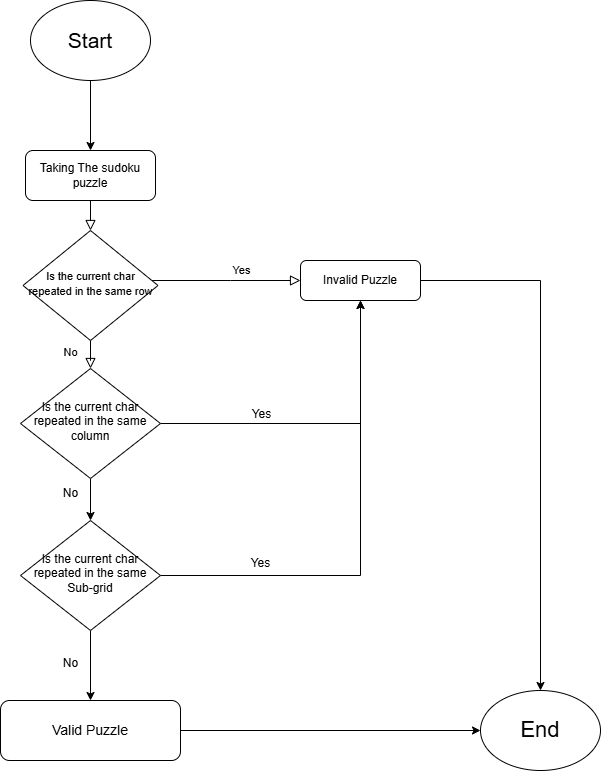
The draw.io diagram src/week1/sudoku/Sudoku Checker Flow Chart.png in mohamedibrahim3/The_Chance, before a commit. Source tidied: cells renumbered, new cells last; positions are measured from the earlier drawing's top-left corner, leaving out a move shared by most shapes.
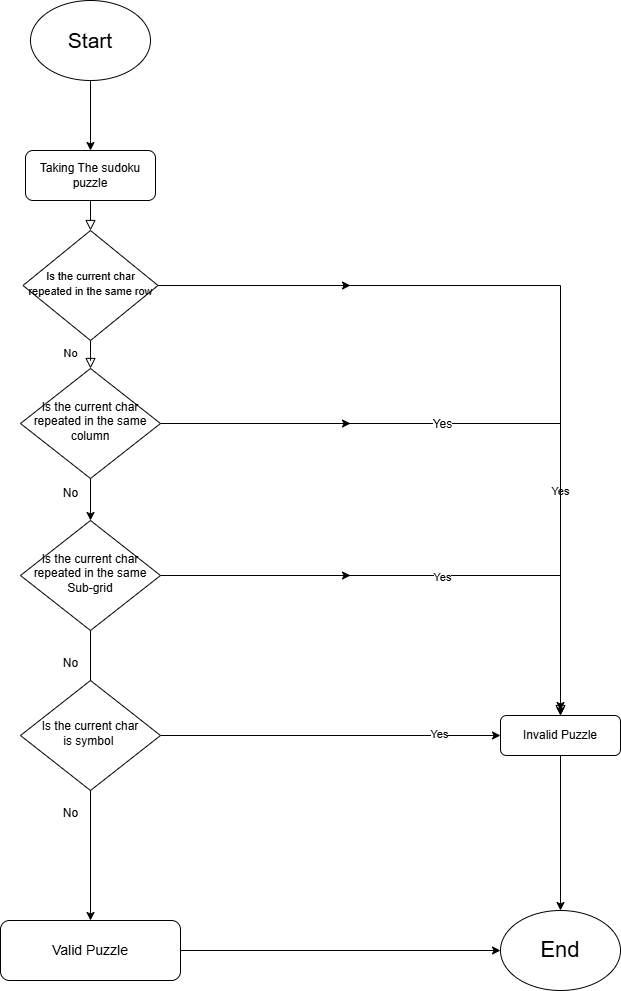
After the change.

Commit message:
Edit Sudoku Flow Chart

Diff of the diagram source:
```diff
@@ -12,13 +12,17 @@
       <mxGeometry x="0.4" y="-20" relative="1" as="geometry" />
     </mxCell>
     <mxCell id="5" value="Yes" style="edgeStyle=orthogonalEdgeStyle;rounded=0;html=1;jettySize=auto;fontSize=11;endArrow=block;endFill=0;endSize=8;strokeWidth=1;shadow=0;labelBackgroundColor=none;" parent="1" edge="1" source="6" target="8">
-      <mxGeometry x="0.22" y="10" relative="1" as="geometry">
+      <mxGeometry x="0.46" relative="1" as="geometry">
         <Array as="points">
-          <mxPoint x="230" y="280" />
-          <mxPoint x="230" y="280" />
+          <mxPoint x="560" y="285" />
         </Array>
       </mxGeometry>
     </mxCell>
+    <mxCell id="24" style="edgeStyle=orthogonalEdgeStyle;rounded=0;jettySize=auto;html=1;" parent="1" edge="1" source="6">
+      <mxGeometry relative="1" as="geometry">
+        <mxPoint x="350" y="285" as="targetPoint" />
+      </mxGeometry>
+    </mxCell>
     <mxCell id="6" value="&lt;font style=&quot;font-size: 11px;&quot;&gt;Is the current char repeated in the same row&lt;/font&gt;" style="rhombus;whiteSpace=wrap;html=1;shadow=0;fontFamily=Helvetica;fontSize=12;align=center;strokeWidth=1;spacing=6;spacingTop=-4;" parent="1" vertex="1">
       <mxGeometry x="22.5" y="230" width="135" height="110" as="geometry" />
     </mxCell>
@@ -26,28 +30,48 @@
       <mxGeometry relative="1" as="geometry" />
     </mxCell>
     <mxCell id="8" value="Invalid Puzzle" style="rounded=1;whiteSpace=wrap;html=1;fontSize=12;glass=0;strokeWidth=1;shadow=0;" parent="1" vertex="1">
-      <mxGeometry x="300" y="260" width="120" height="40" as="geometry" />
+      <mxGeometry x="500" y="715" width="120" height="40" as="geometry" />
     </mxCell>
     <mxCell id="9" style="edgeStyle=orthogonalEdgeStyle;rounded=0;jettySize=auto;html=1;" parent="1" edge="1" source="12" target="8">
       <mxGeometry relative="1" as="geometry" />
     </mxCell>
     <mxCell id="10" value="Yes" style="edgeLabel;html=1;align=center;verticalAlign=middle;fontSize=12;" parent="9" vertex="1">
       <mxGeometry x="-0.36" y="-1" relative="1" as="geometry">
-        <mxPoint x="-3" y="-11" as="offset" />
+        <mxPoint x="61" y="-1" as="offset" />
       </mxGeometry>
     </mxCell>
     <mxCell id="11" style="edgeStyle=orthogonalEdgeStyle;rounded=0;jettySize=auto;html=1;" parent="1" edge="1" source="12" target="15">
       <mxGeometry relative="1" as="geometry" />
     </mxCell>
+    <mxCell id="25" style="edgeStyle=orthogonalEdgeStyle;rounded=0;jettySize=auto;html=1;exitX=1;exitY=0.5;exitDx=0;exitDy=0;" parent="1" edge="1" source="12">
+      <mxGeometry relative="1" as="geometry">
+        <mxPoint x="350" y="423" as="targetPoint" />
+      </mxGeometry>
+    </mxCell>
     <mxCell id="12" value="Is the current char repeated in the same column" style="rhombus;whiteSpace=wrap;html=1;shadow=0;fontFamily=Helvetica;fontSize=12;align=center;strokeWidth=1;spacing=6;spacingTop=-4;" parent="1" vertex="1">
       <mxGeometry x="20" y="368" width="140" height="110" as="geometry" />
     </mxCell>
     <mxCell id="13" style="edgeStyle=orthogonalEdgeStyle;rounded=0;jettySize=auto;html=1;exitX=0.5;exitY=1;exitDx=0;exitDy=0;entryX=0.5;entryY=0;entryDx=0;entryDy=0;" parent="1" edge="1" source="15" target="17">
       <mxGeometry relative="1" as="geometry" />
     </mxCell>
-    <mxCell id="14" style="edgeStyle=orthogonalEdgeStyle;rounded=0;jettySize=auto;html=1;exitX=1;exitY=0.5;exitDx=0;exitDy=0;" parent="1" edge="1" source="15" target="8">
-      <mxGeometry relative="1" as="geometry" />
-    </mxCell>
+    <mxCell id="26" style="edgeStyle=orthogonalEdgeStyle;rounded=0;jettySize=auto;html=1;exitX=1;exitY=0.5;exitDx=0;exitDy=0;" parent="1" edge="1" source="15">
+      <mxGeometry relative="1" as="geometry">
+        <mxPoint x="560" y="710" as="targetPoint" />
+        <Array as="points">
+          <mxPoint x="560" y="575" />
+        </Array>
+      </mxGeometry>
+    </mxCell>
+    <mxCell id="27" value="Yes" style="edgeLabel;html=1;align=center;verticalAlign=middle;" parent="26" vertex="1">
+      <mxGeometry x="0.05" y="-1" relative="1" as="geometry">
+        <mxPoint x="1" as="offset" />
+      </mxGeometry>
+    </mxCell>
+    <mxCell id="28" style="edgeStyle=orthogonalEdgeStyle;rounded=0;jettySize=auto;html=1;" parent="1" edge="1" source="15">
+      <mxGeometry relative="1" as="geometry">
+        <mxPoint x="350" y="575" as="targetPoint" />
+      </mxGeometry>
+    </mxCell>
     <mxCell id="15" value="Is the current char repeated in the same Sub-grid" style="rhombus;whiteSpace=wrap;html=1;shadow=0;fontFamily=Helvetica;fontSize=12;align=center;strokeWidth=1;spacing=6;spacingTop=-4;" parent="1" vertex="1">
       <mxGeometry x="20" y="520" width="140" height="110" as="geometry" />
     </mxCell>
@@ -55,11 +79,8 @@
       <mxGeometry relative="1" as="geometry" />
     </mxCell>
     <mxCell id="17" value="&lt;font style=&quot;font-size: 14px;&quot;&gt;Valid Puzzle&lt;/font&gt;" style="rounded=1;whiteSpace=wrap;html=1;" parent="1" vertex="1">
-      <mxGeometry y="700" width="180" height="60" as="geometry" />
+      <mxGeometry y="920" width="180" height="60" as="geometry" />
     </mxCell>
-    <mxCell id="18" value="Yes" style="text;html=1;align=center;verticalAlign=middle;strokeColor=none;fillColor=none;" parent="1" vertex="1">
-      <mxGeometry x="240" y="548" width="40" height="30" as="geometry" />
-    </mxCell>
     <mxCell id="19" value="No" style="text;html=1;align=center;verticalAlign=middle;strokeColor=none;fillColor=none;" parent="1" vertex="1">
       <mxGeometry x="50" y="478" width="40" height="30" as="geometry" />
     </mxCell>
@@ -73,7 +94,19 @@
       <mxGeometry x="30" width="120" height="80" as="geometry" />
     </mxCell>
     <mxCell id="23" value="&lt;font style=&quot;font-size: 22px;&quot;&gt;End&lt;/font&gt;" style="ellipse;whiteSpace=wrap;html=1;" parent="1" vertex="1">
-      <mxGeometry x="480" y="690" width="120" height="80" as="geometry" />
+      <mxGeometry x="500" y="910" width="120" height="80" as="geometry" />
     </mxCell>
+    <mxCell id="29" style="edgeStyle=orthogonalEdgeStyle;rounded=0;jettySize=auto;html=1;exitX=1;exitY=0.5;exitDx=0;exitDy=0;" parent="1" edge="1" source="31" target="8">
+      <mxGeometry relative="1" as="geometry" />
+    </mxCell>
+    <mxCell id="30" value="Yes" style="edgeLabel;html=1;align=center;verticalAlign=middle;" parent="29" vertex="1">
+      <mxGeometry x="0.64" y="2" relative="1" as="geometry" />
+    </mxCell>
+    <mxCell id="31" value="Is the current char&lt;br&gt;is symbol&amp;nbsp;" style="rhombus;whiteSpace=wrap;html=1;shadow=0;fontFamily=Helvetica;fontSize=12;align=center;strokeWidth=1;spacing=6;spacingTop=-4;" parent="1" vertex="1">
+      <mxGeometry x="20" y="680" width="140" height="110" as="geometry" />
+    </mxCell>
+    <mxCell id="32" value="No" style="text;html=1;align=center;verticalAlign=middle;strokeColor=none;fillColor=none;" parent="1" vertex="1">
+      <mxGeometry x="50" y="798" width="40" height="30" as="geometry" />
+    </mxCell>
   </root>
 </mxGraphModel>
```
